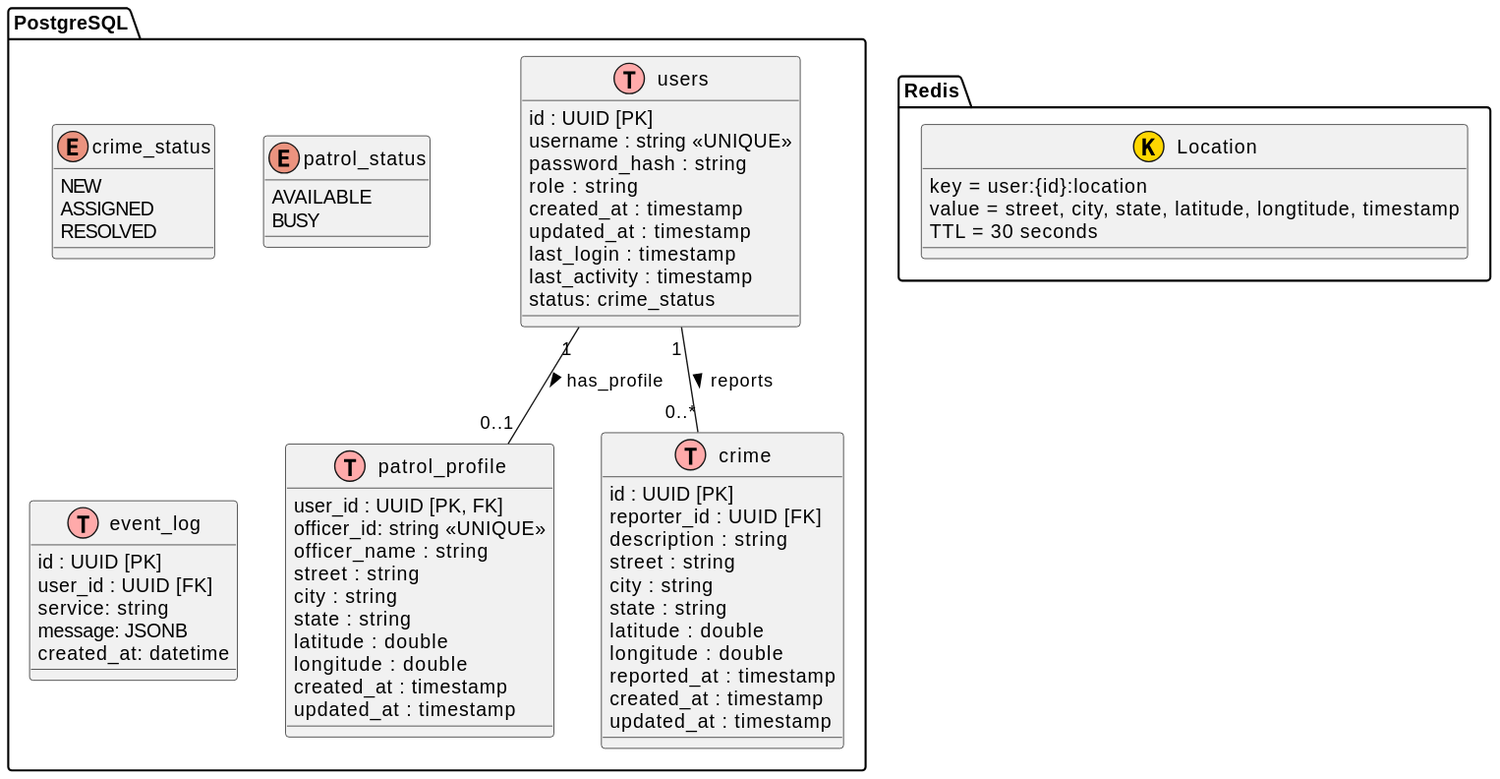
Earlier version of the PlantUML export docs/data_design/data_design.svg (GuanJms/crime-surveillance). Source of this version:
```plantuml
@startuml
!define table(x) class x << (T,#FFAAAA) >>
!define kvstore(x) class x << (K,#FFD700) >>
package "PostgreSQL" {


    enum crime_status{
        NEW
        ASSIGNED
        RESOLVED
    }

    enum patrol_status{
        AVAILABLE
        BUSY
    }


    table(users) {
        id : UUID [PK]
        username : string <<UNIQUE>>
        password_hash : string
        role : string
        created_at : timestamp
        updated_at : timestamp
        last_login : timestamp
        last_activity : timestamp
        status: crime_status
    }

    table(patrol_profile){
        user_id : UUID [PK, FK]
        officer_id: string <<UNIQUE>>
        officer_name : string
        street : string
        city : string
        state : string
        latitude : double
        longitude : double
        created_at : timestamp
        updated_at : timestamp
    }

    table(crime){
        id : UUID [PK]
        reporter_id : UUID [FK]
        description : string
        street : string
        city : string
        state : string
        latitude : double
        longitude : double
        reported_at : timestamp
        created_at : timestamp
        updated_at : timestamp
    }

    table(event_log){
        id : UUID [PK]
        user_id : UUID [FK]
        service: string
        message: JSONB
        created_at: datetime
    }

    users "1" -- "0..1" patrol_profile : has_profile >
    users "1" -- "0..*" crime : reports >
}


package "Redis" {
    kvstore(Location) {
        key = user:{id}:location
        value = street, city, state, latitude, longtitude, timestamp
        TTL = 30 seconds
    }
}
@enduml
```
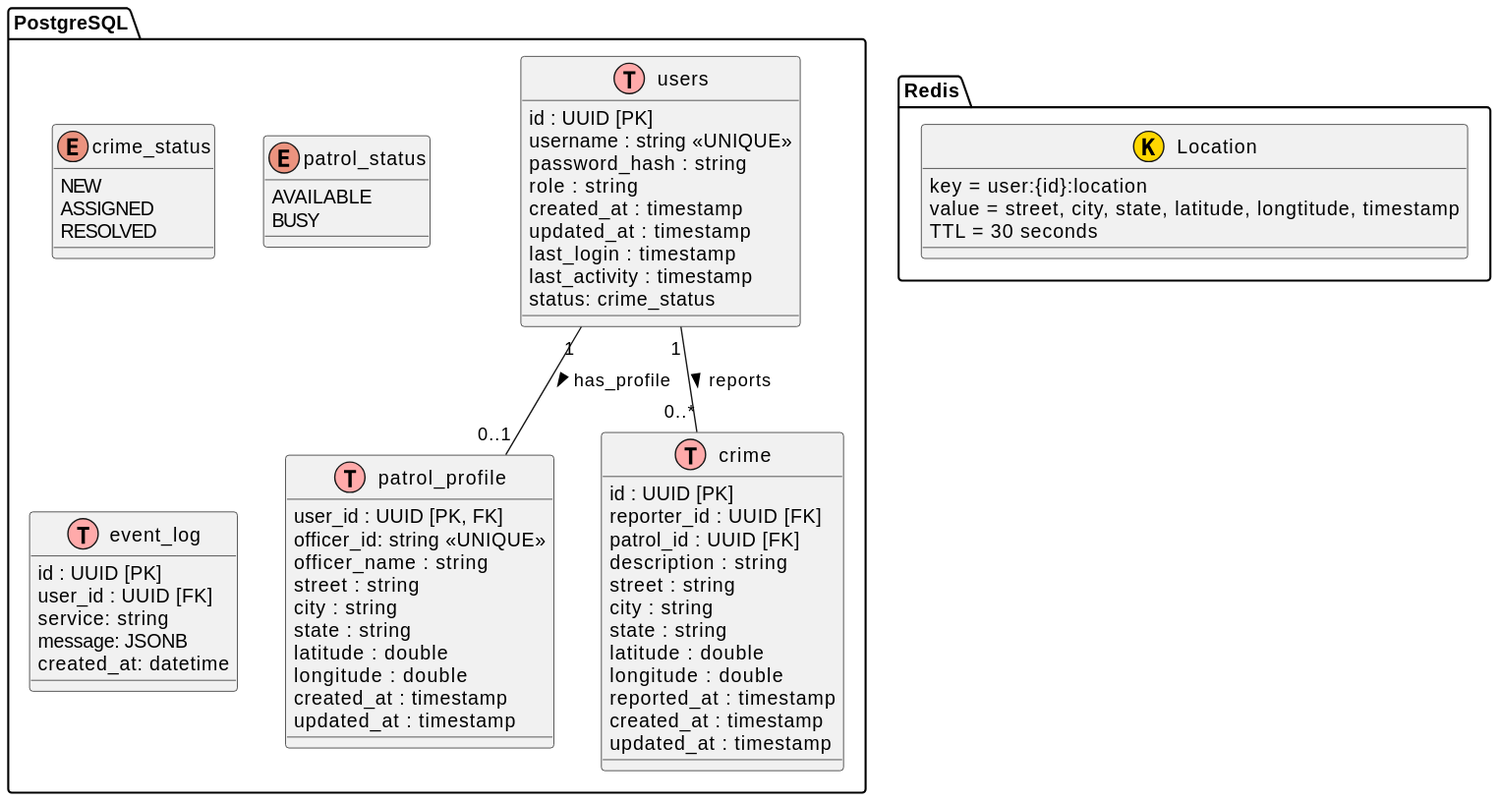
After the commit.

The edit, as a diff of the source:
```diff
@@ -44,6 +44,7 @@
     table(crime){
         id : UUID [PK]
         reporter_id : UUID [FK]
+        patrol_id : UUID [FK]
         description : string
         street : string
         city : string
```
